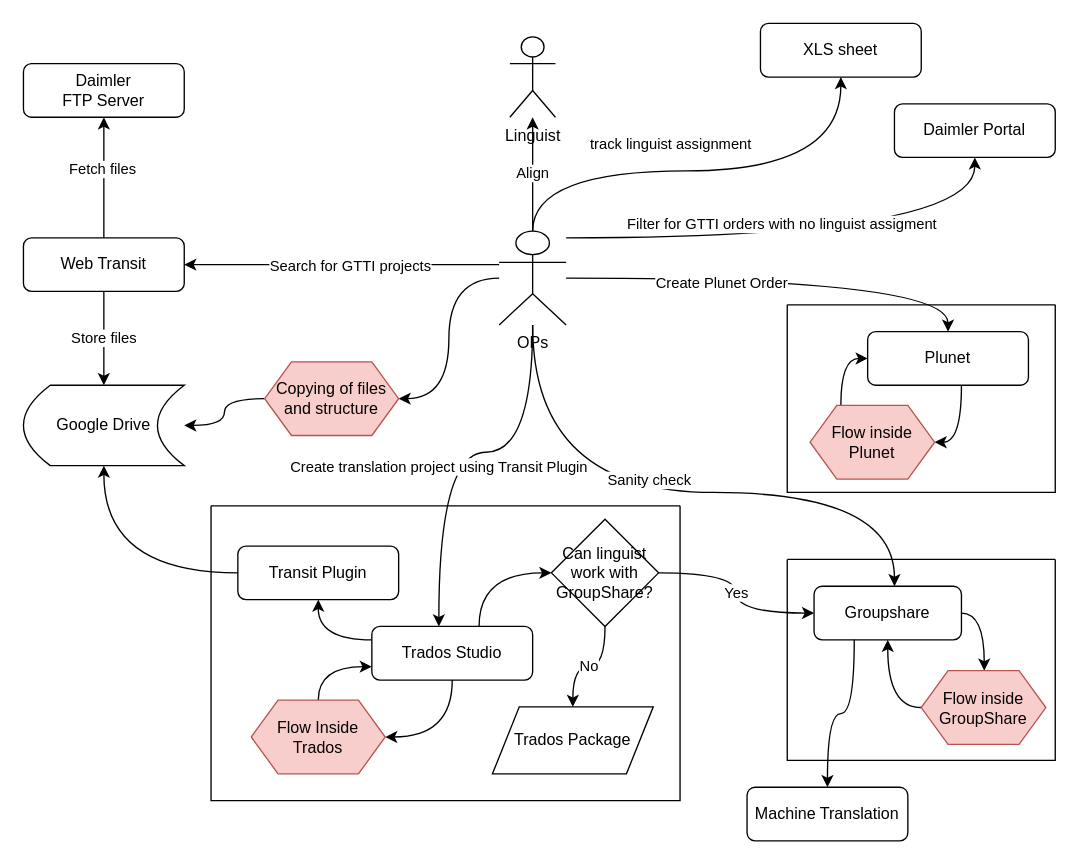
Above: daimler-gtti.drawio in YandyZaldivar/random-public (draw.io), before the change. Source tidied: cells renumbered, new cells numbered last; positions are measured from the earlier drawing's top-left corner, leaving out a move shared by most shapes. Both pictures are drawn from the tidied source at 134%, with x=0, y=0 at pixel (23, 23).
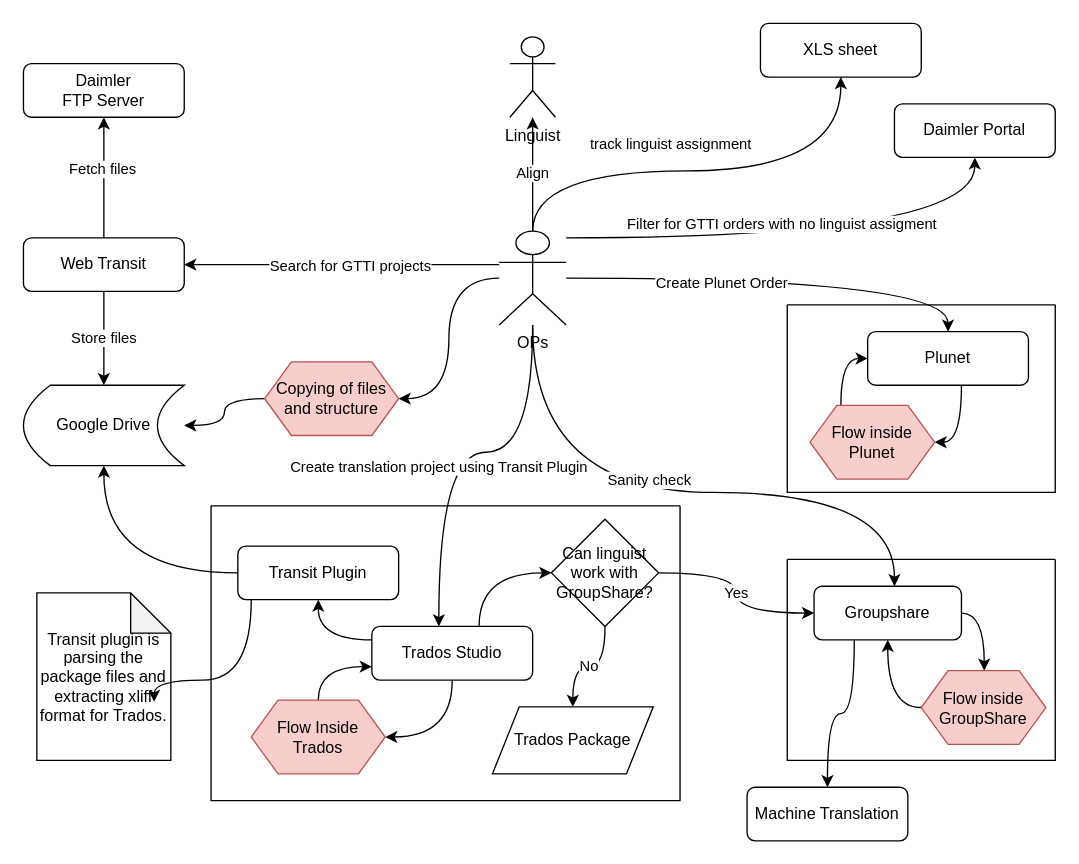
After the change.

Commit message:
Add note to Transit plugin

Unchanged cells that the change refers to:
```xml
<mxCell id="25" value="Transit Plugin" style="rounded=1;whiteSpace=wrap;html=1;fontSize=12;glass=0;strokeWidth=1;shadow=0;" parent="24" vertex="1">
  <mxGeometry x="20" y="30" width="120" height="40" as="geometry" />
</mxCell>
```

Change to the diagram source:
```diff
@@
+    <mxCell id="50" value="Transit plugin is parsing the package files and extracting xliff format for Trados." style="shape=note;whiteSpace=wrap;html=1;backgroundOutline=1;darkOpacity=0.05;" parent="1" vertex="1">
+      <mxGeometry x="10" y="425" width="100" height="125" as="geometry" />
+    </mxCell>
+    <mxCell id="51" style="edgeStyle=orthogonalEdgeStyle;jettySize=auto;html=1;entryX=0.875;entryY=0.65;entryDx=0;entryDy=0;entryPerimeter=0;curved=1;" parent="1" edge="1" source="25" target="50">
+      <mxGeometry relative="1" as="geometry">
+        <Array as="points">
+          <mxPoint x="170" y="490" />
+        </Array>
+      </mxGeometry>
+    </mxCell>
```
